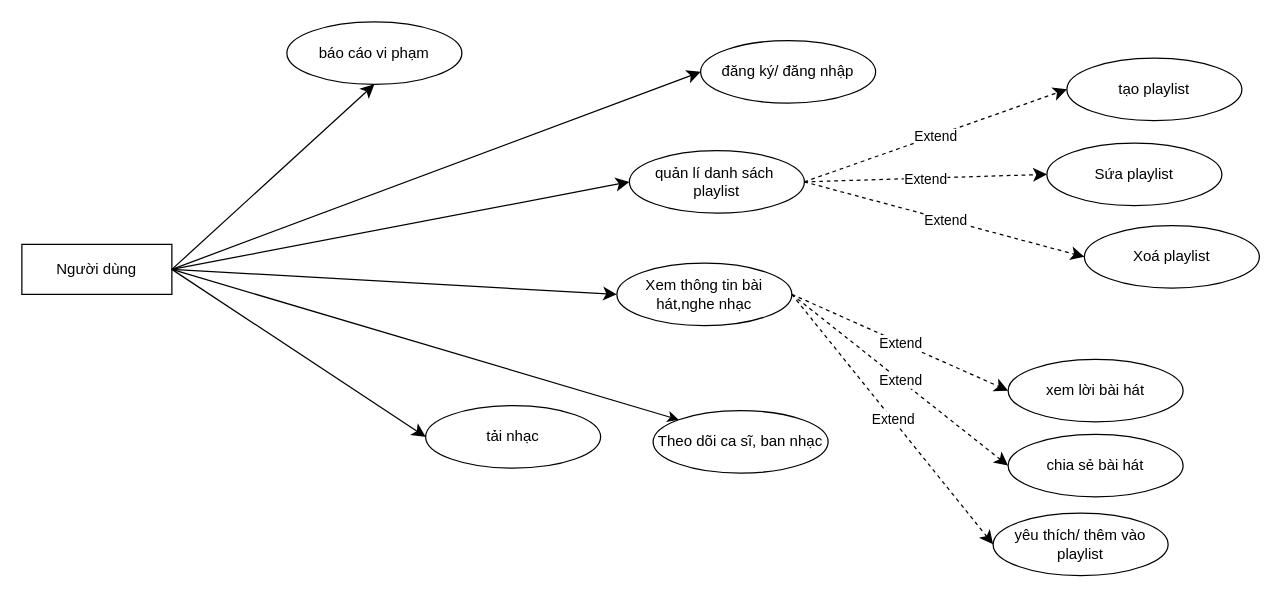
Before: Documentation/Diagram Files/UseCase/Phan ra User.drawio in myssal/Project1, a draw.io diagram. Source tidied: cells renumbered, new cells numbered last; positions are measured from the earlier drawing's top-left corner, leaving out a move shared by most shapes. Both pictures are drawn from the tidied source at 125%, with x=0, y=0 at pixel (21, 21).
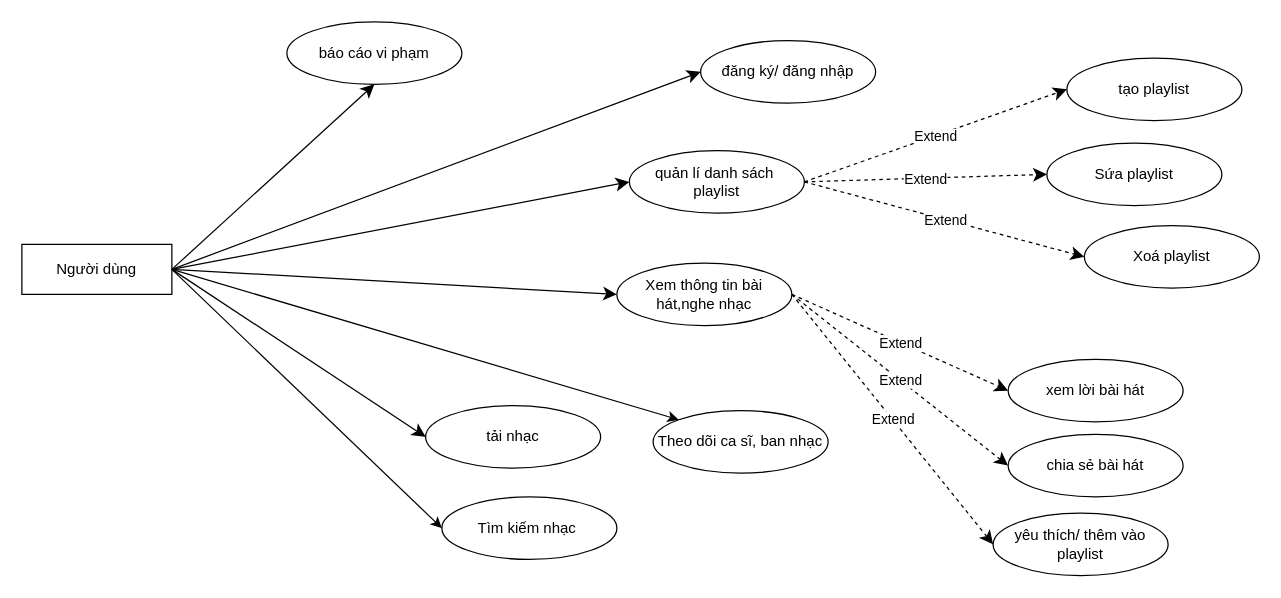
The same page after the edit.

The edit, as a diff of the source:
```diff
@@
+    <mxCell id="34" style="rounded=0;jettySize=auto;html=1;entryX=1;entryY=0.5;entryDx=0;entryDy=0;" parent="1" edge="1" target="35">
+      <mxGeometry relative="1" as="geometry">
+        <mxPoint x="120" y="198" as="sourcePoint" />
+      </mxGeometry>
+    </mxCell>
@@
+    <mxCell id="35" value="Tìm kiếm nhạc&amp;nbsp;" style="ellipse;whiteSpace=wrap;html=1;direction=west;" parent="1" vertex="1">
+      <mxGeometry x="336" y="380" width="140" height="50" as="geometry" />
+    </mxCell>
```
